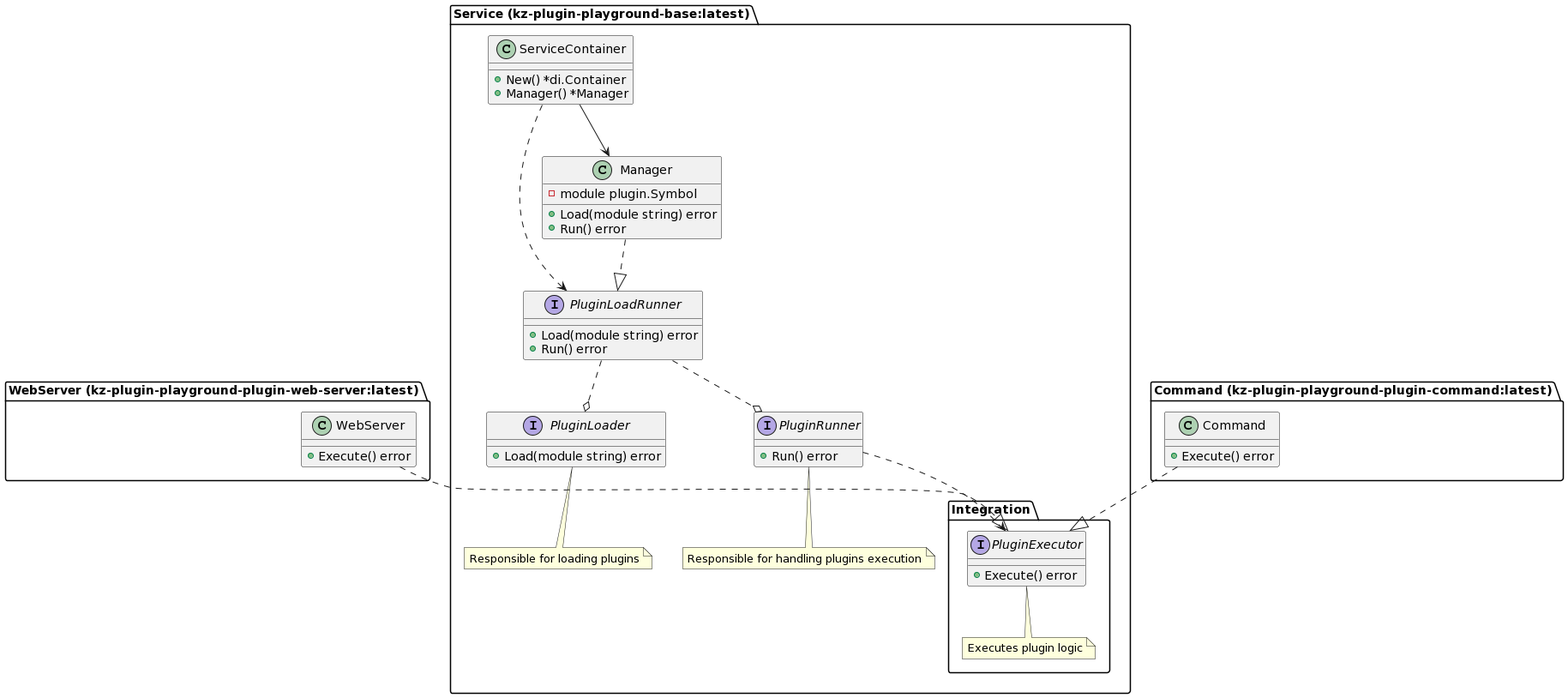
Before: puml/diagram.png, a diagram exported from PlantUML (krzysztofzaucha/plugin-playground). Its diagram source:
```plantuml
@startuml
<style>
componentDiagram {
  BackGroundColor white
  LineThickness 1
  LineColor #333333
}
document {
  BackGroundColor white
}
</style>

skinparam defaulttextalignment center


package "Service (kz-plugin-playground-base:latest)" as service_package {
    interface "PluginLoader" as plugin_loader_interface {
        + Load(module string) error
    }
    note bottom of plugin_loader_interface
        Responsible for loading plugins
    end note
    interface "PluginRunner" as plugin_runner_interface {
        + Run() error
    }
    note bottom of plugin_runner_interface
        Responsible for handling plugins execution
    end note
    interface "PluginLoadRunner" as plugin_load_runner_interface {
        + Load(module string) error
        + Run() error
    }

    package "Integration" as integration_package {
        interface "PluginExecutor" as plugin_executor_interface {
            + Execute() error
        }
        note bottom of plugin_executor_interface
            Executes plugin logic
        end note
    }


    class "ServiceContainer" as service_container {
        + New() *di.Container
        + Manager() *Manager
    }
    class "Manager" as manager {
        - module plugin.Symbol
        + Load(module string) error
        + Run() error
    }
}

package "WebServer (kz-plugin-playground-plugin-web-server:latest)" as web_server_package {
    class "WebServer" as web_server {
        + Execute() error
    }
}

package "Command (kz-plugin-playground-plugin-command:latest)" as command_package {
    class "Command" as command {
        + Execute() error
    }
}


plugin_load_runner_interface ..o plugin_loader_interface
plugin_load_runner_interface ..o plugin_runner_interface

manager ..|> plugin_load_runner_interface

service_container ..> plugin_load_runner_interface
service_container --> manager


web_server ..|> plugin_executor_interface
command ..|> plugin_executor_interface


plugin_runner_interface ..> plugin_executor_interface
@enduml
```
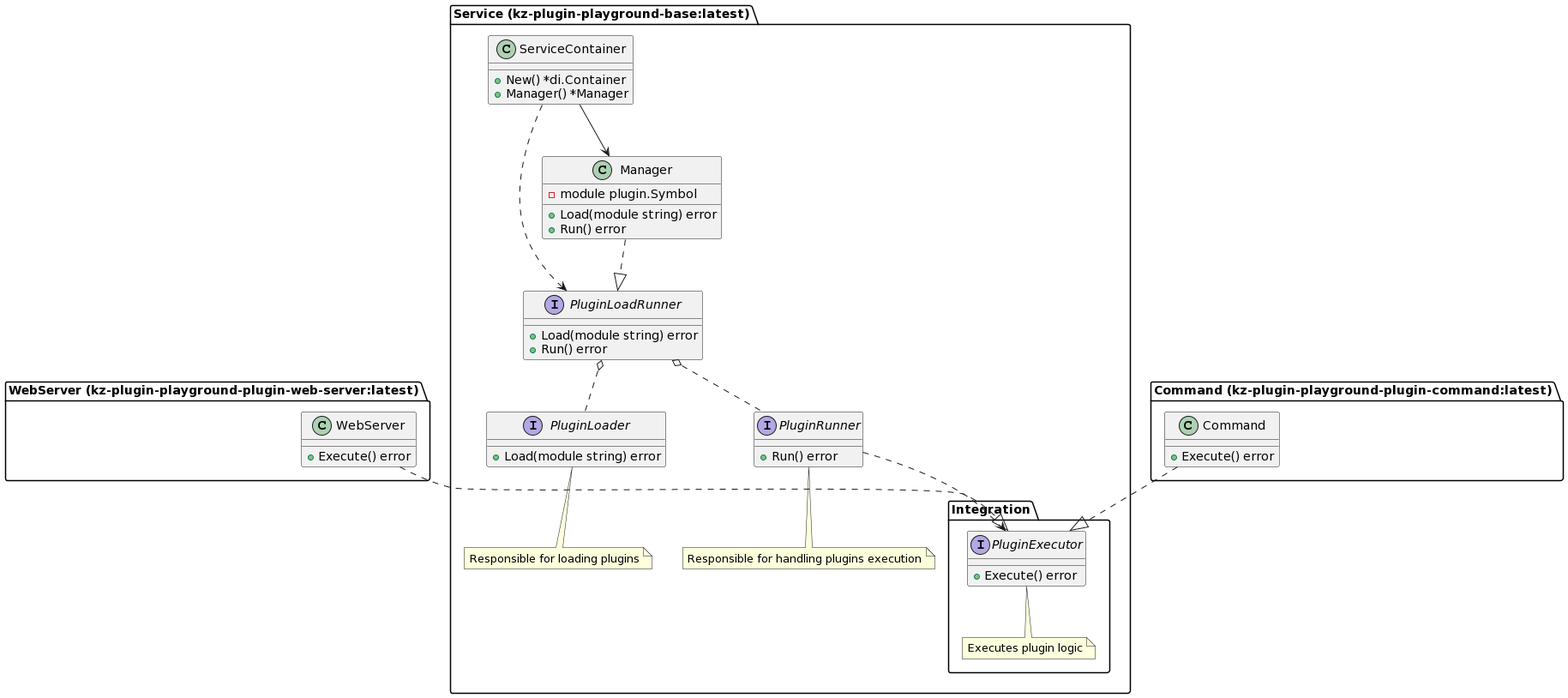
The same file after the commit.

Commit message:
main(multiple): fix diagram

What changed in the source:
```diff
@@ -65,8 +65,8 @@
 }
 
 
-plugin_load_runner_interface ..o plugin_loader_interface
-plugin_load_runner_interface ..o plugin_runner_interface
+plugin_load_runner_interface o.. plugin_loader_interface
+plugin_load_runner_interface o.. plugin_runner_interface
 
 manager ..|> plugin_load_runner_interface
 
```
